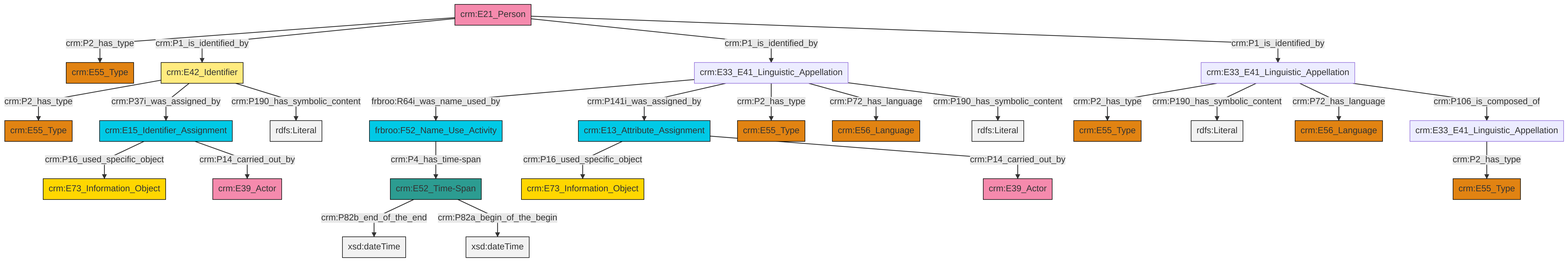
The Mermaid diagram et/personCSV/ttl/mmd/png/Person_Names_and_Classification.png in swiss-art-research-net/reference-data-models, before a commit. Its source is kept beside it as et/personCSV/ttl/mmd/Person_Names_and_Classification.ttl.mmd.
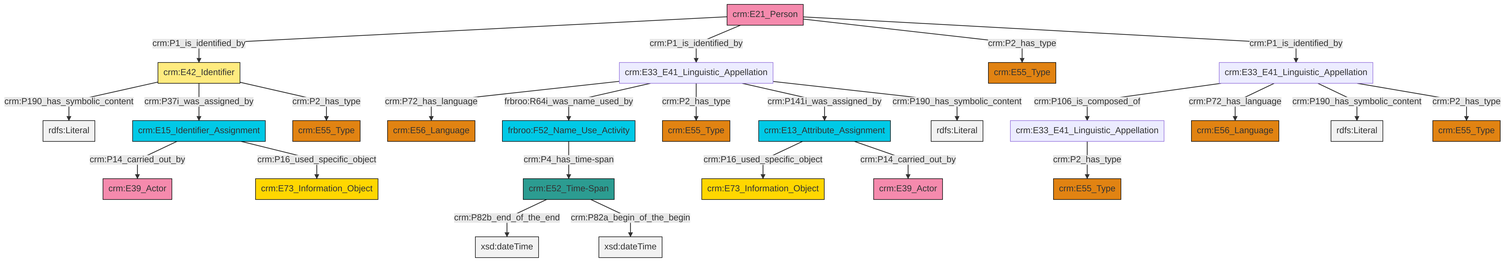
Above is the later version.

Diff of the diagram source:
```diff
@@ -13,27 +13,27 @@
 classDef PC_Classes fill:#4ce600, stroke:#000000;
 classDef Multi fill:#cccccc,stroke:#000000;
 
-2["crm:E33_E41_Linguistic_Appellation"]:::Default -->|frbroo:R64i_was_name_used_by| 3["frbroo:F52_Name_Use_Activity"]:::Temporal_Entity
-8["crm:E21_Person"]:::Actor -->|crm:P2_has_type| 9["crm:E55_Type"]:::Type
-10["crm:E13_Attribute_Assignment"]:::Temporal_Entity -->|crm:P16_used_specific_object| 11["crm:E73_Information_Object"]:::Conceptual_Object
-12["crm:E52_Time-Span"]:::Time-Span -->|crm:P82b_end_of_the_end| 13[xsd:dateTime]:::Literal
-14["crm:E33_E41_Linguistic_Appellation"]:::Default -->|crm:P2_has_type| 15["crm:E55_Type"]:::Type
-2["crm:E33_E41_Linguistic_Appellation"]:::Default -->|crm:P141i_was_assigned_by| 10["crm:E13_Attribute_Assignment"]:::Temporal_Entity
-2["crm:E33_E41_Linguistic_Appellation"]:::Default -->|crm:P2_has_type| 16["crm:E55_Type"]:::Type
-8["crm:E21_Person"]:::Actor -->|crm:P1_is_identified_by| 17["crm:E42_Identifier"]:::Appellation
-2["crm:E33_E41_Linguistic_Appellation"]:::Default -->|crm:P72_has_language| 0["crm:E56_Language"]:::Type
-2["crm:E33_E41_Linguistic_Appellation"]:::Default -->|crm:P190_has_symbolic_content| 24[rdfs:Literal]:::Literal
-3["frbroo:F52_Name_Use_Activity"]:::Temporal_Entity -->|crm:P4_has_time-span| 12["crm:E52_Time-Span"]:::Time-Span
-14["crm:E33_E41_Linguistic_Appellation"]:::Default -->|crm:P190_has_symbolic_content| 30[rdfs:Literal]:::Literal
-17["crm:E42_Identifier"]:::Appellation -->|crm:P2_has_type| 34["crm:E55_Type"]:::Type
-17["crm:E42_Identifier"]:::Appellation -->|crm:P37i_was_assigned_by| 31["crm:E15_Identifier_Assignment"]:::Temporal_Entity
-37["crm:E33_E41_Linguistic_Appellation"]:::Default -->|crm:P2_has_type| 4["crm:E55_Type"]:::Type
-8["crm:E21_Person"]:::Actor -->|crm:P1_is_identified_by| 2["crm:E33_E41_Linguistic_Appellation"]:::Default
-14["crm:E33_E41_Linguistic_Appellation"]:::Default -->|crm:P72_has_language| 35["crm:E56_Language"]:::Type
-8["crm:E21_Person"]:::Actor -->|crm:P1_is_identified_by| 14["crm:E33_E41_Linguistic_Appellation"]:::Default
-17["crm:E42_Identifier"]:::Appellation -->|crm:P190_has_symbolic_content| 39[rdfs:Literal]:::Literal
-10["crm:E13_Attribute_Assignment"]:::Temporal_Entity -->|crm:P14_carried_out_by| 6["crm:E39_Actor"]:::Actor
-31["crm:E15_Identifier_Assignment"]:::Temporal_Entity -->|crm:P16_used_specific_object| 27["crm:E73_Information_Object"]:::Conceptual_Object
-31["crm:E15_Identifier_Assignment"]:::Temporal_Entity -->|crm:P14_carried_out_by| 18["crm:E39_Actor"]:::Actor
-12["crm:E52_Time-Span"]:::Time-Span -->|crm:P82a_begin_of_the_begin| 45[xsd:dateTime]:::Literal
-14["crm:E33_E41_Linguistic_Appellation"]:::Default -->|crm:P106_is_composed_of| 37["crm:E33_E41_Linguistic_Appellation"]:::Default
+0["crm:E33_E41_Linguistic_Appellation"]:::Default -->|crm:P106_is_composed_of| 1["crm:E33_E41_Linguistic_Appellation"]:::Default
+2["crm:E42_Identifier"]:::Appellation -->|crm:P190_has_symbolic_content| 3[rdfs:Literal]:::Literal
+4["crm:E21_Person"]:::Actor -->|crm:P1_is_identified_by| 2["crm:E42_Identifier"]:::Appellation
+7["crm:E52_Time-Span"]:::Time-Span -->|crm:P82b_end_of_the_end| 8[xsd:dateTime]:::Literal
+9["crm:E33_E41_Linguistic_Appellation"]:::Default -->|crm:P72_has_language| 10["crm:E56_Language"]:::Type
+4["crm:E21_Person"]:::Actor -->|crm:P1_is_identified_by| 9["crm:E33_E41_Linguistic_Appellation"]:::Default
+4["crm:E21_Person"]:::Actor -->|crm:P2_has_type| 12["crm:E55_Type"]:::Type
+0["crm:E33_E41_Linguistic_Appellation"]:::Default -->|crm:P72_has_language| 17["crm:E56_Language"]:::Type
+9["crm:E33_E41_Linguistic_Appellation"]:::Default -->|frbroo:R64i_was_name_used_by| 19["frbroo:F52_Name_Use_Activity"]:::Temporal_Entity
+9["crm:E33_E41_Linguistic_Appellation"]:::Default -->|crm:P2_has_type| 22["crm:E55_Type"]:::Type
+25["crm:E15_Identifier_Assignment"]:::Temporal_Entity -->|crm:P14_carried_out_by| 26["crm:E39_Actor"]:::Actor
+0["crm:E33_E41_Linguistic_Appellation"]:::Default -->|crm:P190_has_symbolic_content| 27[rdfs:Literal]:::Literal
+28["crm:E13_Attribute_Assignment"]:::Temporal_Entity -->|crm:P16_used_specific_object| 14["crm:E73_Information_Object"]:::Conceptual_Object
+9["crm:E33_E41_Linguistic_Appellation"]:::Default -->|crm:P141i_was_assigned_by| 28["crm:E13_Attribute_Assignment"]:::Temporal_Entity
+1["crm:E33_E41_Linguistic_Appellation"]:::Default -->|crm:P2_has_type| 29["crm:E55_Type"]:::Type
+9["crm:E33_E41_Linguistic_Appellation"]:::Default -->|crm:P190_has_symbolic_content| 35[rdfs:Literal]:::Literal
+0["crm:E33_E41_Linguistic_Appellation"]:::Default -->|crm:P2_has_type| 5["crm:E55_Type"]:::Type
+2["crm:E42_Identifier"]:::Appellation -->|crm:P37i_was_assigned_by| 25["crm:E15_Identifier_Assignment"]:::Temporal_Entity
+19["frbroo:F52_Name_Use_Activity"]:::Temporal_Entity -->|crm:P4_has_time-span| 7["crm:E52_Time-Span"]:::Time-Span
+7["crm:E52_Time-Span"]:::Time-Span -->|crm:P82a_begin_of_the_begin| 39[xsd:dateTime]:::Literal
+28["crm:E13_Attribute_Assignment"]:::Temporal_Entity -->|crm:P14_carried_out_by| 20["crm:E39_Actor"]:::Actor
+25["crm:E15_Identifier_Assignment"]:::Temporal_Entity -->|crm:P16_used_specific_object| 41["crm:E73_Information_Object"]:::Conceptual_Object
+2["crm:E42_Identifier"]:::Appellation -->|crm:P2_has_type| 23["crm:E55_Type"]:::Type
+4["crm:E21_Person"]:::Actor -->|crm:P1_is_identified_by| 0["crm:E33_E41_Linguistic_Appellation"]:::Default
```
